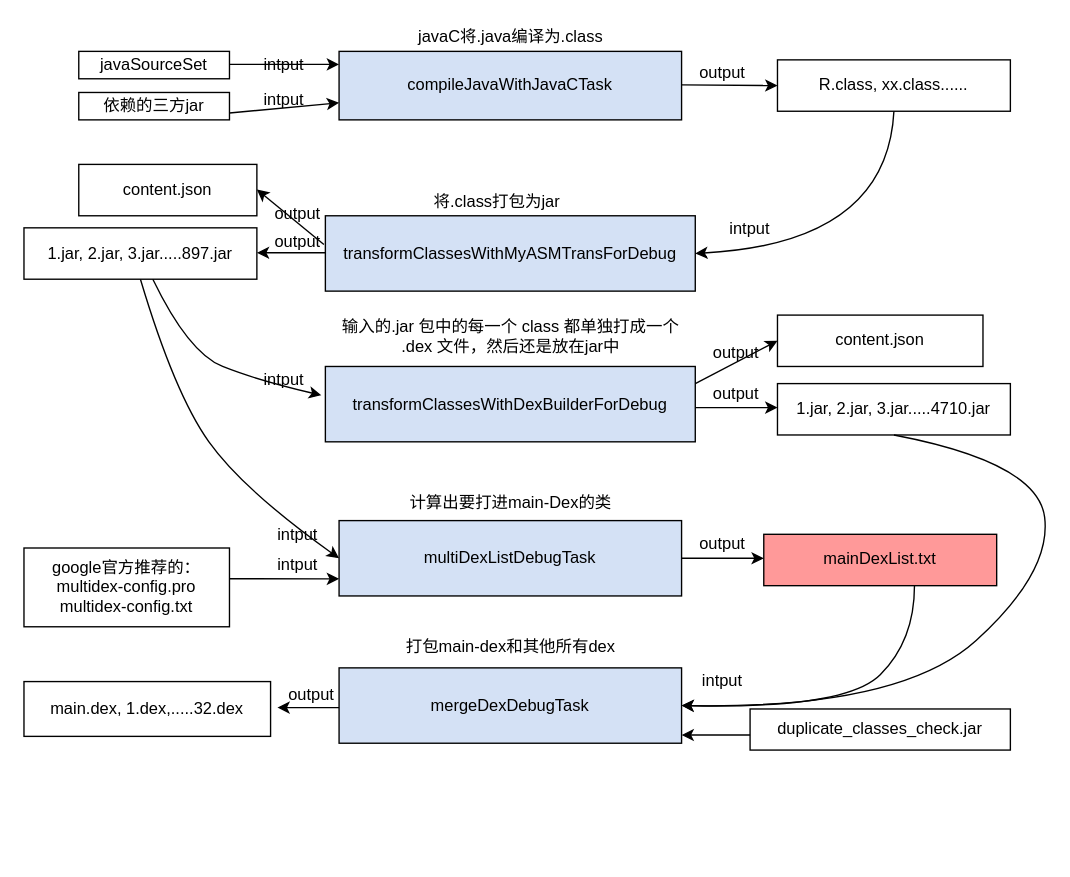
Before: page "Page-5" (5 of 24) of T9.drawio in shinecjj/UML, a draw.io diagram. Source tidied: cells renumbered, new cells numbered last; positions are measured from the earlier drawing's top-left corner, leaving out a move shared by most shapes. Both pictures are drawn from the tidied source at 137%, with x=0, y=0 at pixel (23, 23).
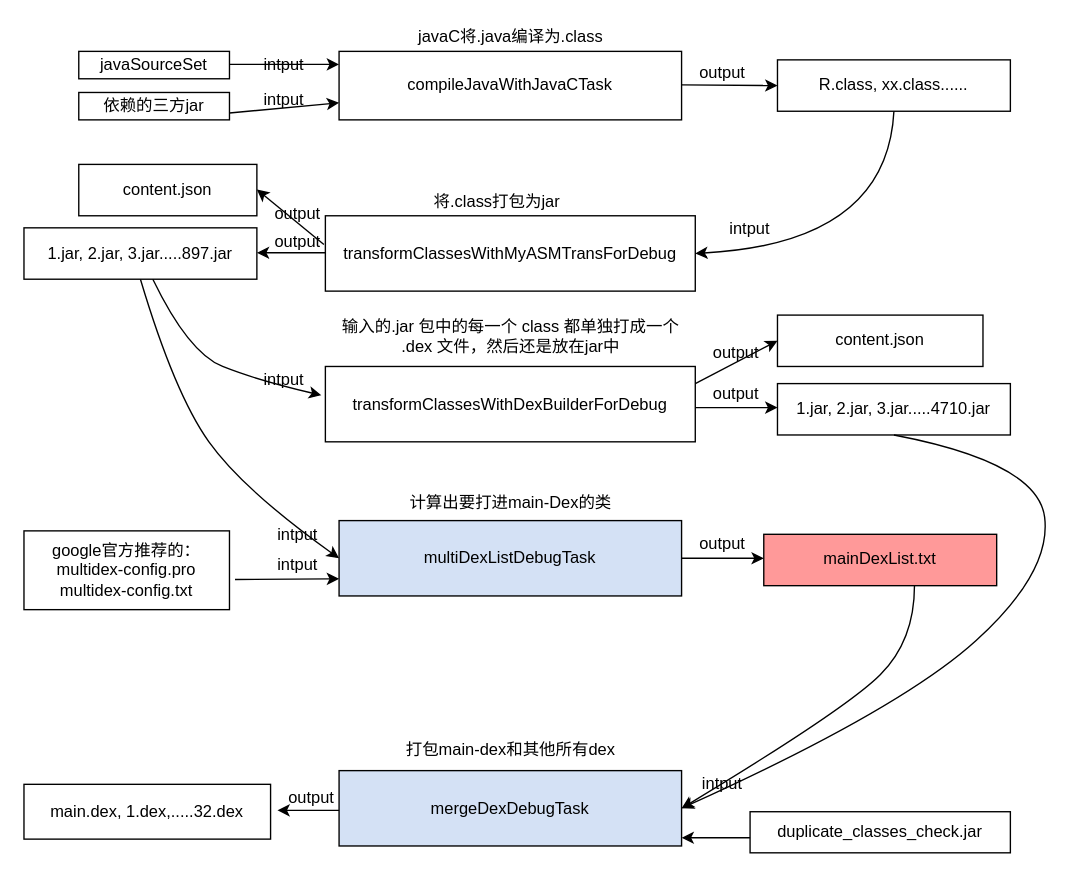
The same diagram, later.

Change to the diagram source:
```diff
@@
-    <mxCell id="3" value="transformClassesWithDexBuilderForDebug" style="rounded=0;whiteSpace=wrap;html=1;strokeColor=#000000;fillColor=#D4E1F5;" parent="1" vertex="1">
+    <mxCell id="3" value="transformClassesWithDexBuilderForDebug" style="rounded=0;whiteSpace=wrap;html=1;strokeColor=#000000;fillColor=none;" parent="1" vertex="1">
       <mxGeometry x="220" y="250" width="270" height="55" as="geometry" />
     </mxCell>
     <mxCell id="4" value="mergeDexDebugTask" style="rounded=0;whiteSpace=wrap;html=1;strokeColor=#000000;fillColor=#D4E1F5;" parent="1" vertex="1">
-      <mxGeometry x="230" y="470" width="250" height="55" as="geometry" />
+      <mxGeometry x="230" y="545" width="250" height="55" as="geometry" />
     </mxCell>
@@
     <mxCell id="14" value="intput" style="text;html=1;strokeColor=none;fillColor=none;align=center;verticalAlign=middle;whiteSpace=wrap;rounded=0;" parent="1" vertex="1">
-      <mxGeometry x="490" y="470" width="40" height="20" as="geometry" />
+      <mxGeometry x="490" y="545" width="40" height="20" as="geometry" />
     </mxCell>
     <mxCell id="15" style="endArrow=classic;html=1;strokeColor=#000000;fillColor=#FFFFFF;" parent="1" edge="1">
       <mxGeometry relative="1" as="geometry">
-        <mxPoint x="230" y="499" as="sourcePoint" />
-        <mxPoint x="185" y="499" as="targetPoint" />
+        <mxPoint x="230" y="574" as="sourcePoint" />
+        <mxPoint x="185" y="574" as="targetPoint" />
       </mxGeometry>
     </mxCell>
     <mxCell id="16" value="output" style="text;html=1;strokeColor=none;fillColor=none;align=center;verticalAlign=middle;whiteSpace=wrap;rounded=0;" parent="1" vertex="1">
-      <mxGeometry x="190" y="480" width="40" height="20" as="geometry" />
+      <mxGeometry x="190" y="555" width="40" height="20" as="geometry" />
     </mxCell>
     <mxCell id="17" value="main.dex, 1.dex,.....32.dex" style="rounded=0;whiteSpace=wrap;html=1;strokeColor=#000000;fillColor=none;" parent="1" vertex="1">
-      <mxGeometry y="480" width="180" height="40" as="geometry" />
+      <mxGeometry y="555" width="180" height="40" as="geometry" />
     </mxCell>
-    <mxCell id="18" value="&lt;pre class=&quot;lang-groovy&quot; translate=&quot;no&quot; dir=&quot;ltr&quot; style=&quot;box-sizing: inherit ; font-style: normal ; font-weight: 400 ; font-size: 14px ; padding-left: 23px ; direction: ltr ; text-align: left ; margin: 0px ; overflow-x: auto ; position: relative ; letter-spacing: normal ; text-indent: 0px ; text-transform: none ; word-spacing: 0px&quot;&gt;&lt;br&gt;&lt;/pre&gt;" style="text;whiteSpace=wrap;html=1;" parent="1" vertex="1">
-      <mxGeometry x="160" y="440" width="220" height="30" as="geometry" />
-    </mxCell>
-    <mxCell id="19" style="endArrow=classic;html=1;strokeColor=#000000;fillColor=#FFFFFF;exitX=1;exitY=0.391;exitDx=0;exitDy=0;exitPerimeter=0;" parent="1" edge="1" source="21">
+    <mxCell id="19" style="endArrow=classic;html=1;strokeColor=#000000;fillColor=#FFFFFF;exitX=1.027;exitY=0.617;exitDx=0;exitDy=0;exitPerimeter=0;" parent="1" edge="1" source="21">
       <mxGeometry relative="1" as="geometry">
         <mxPoint x="230" y="405" as="targetPoint" />
       </mxGeometry>
     </mxCell>
@@
     <mxCell id="21" value="&lt;div&gt;google官方推荐的：&lt;/div&gt;&lt;div&gt;multidex-config.pro&lt;/div&gt;&lt;div&gt;multidex-config.txt&lt;/div&gt;" style="rounded=0;whiteSpace=wrap;html=1;strokeColor=#000000;fillColor=none;" parent="1" vertex="1">
-      <mxGeometry y="382.5" width="150" height="57.5" as="geometry" />
+      <mxGeometry y="370" width="150" height="57.5" as="geometry" />
     </mxCell>
-    <mxCell id="22" value="transformClassesWithMyASMTransForDebug" style="rounded=0;whiteSpace=wrap;html=1;strokeColor=#000000;fillColor=#D4E1F5;" parent="1" vertex="1">
+    <mxCell id="22" value="transformClassesWithMyASMTransForDebug" style="rounded=0;whiteSpace=wrap;html=1;strokeColor=#000000;fillColor=none;" parent="1" vertex="1">
       <mxGeometry x="220" y="140" width="270" height="55" as="geometry" />
     </mxCell>
@@
     <mxCell id="25" value="&lt;span&gt;duplicate_classes_check.jar&lt;/span&gt;" style="rounded=0;whiteSpace=wrap;html=1;strokeColor=#000000;fillColor=none;" parent="1" vertex="1">
-      <mxGeometry x="530" y="500" width="190" height="30" as="geometry" />
+      <mxGeometry x="530" y="575" width="190" height="30" as="geometry" />
     </mxCell>
     <mxCell id="26" style="endArrow=classic;html=1;" parent="1" edge="1">
       <mxGeometry relative="1" as="geometry">
-        <mxPoint x="530" y="519" as="sourcePoint" />
-        <mxPoint x="480" y="519" as="targetPoint" />
+        <mxPoint x="530" y="594" as="sourcePoint" />
+        <mxPoint x="480" y="594" as="targetPoint" />
       </mxGeometry>
     </mxCell>
@@
-    <mxCell id="28" value="compileJavaWithJavaCTask" style="rounded=0;whiteSpace=wrap;html=1;strokeColor=#000000;fillColor=#D4E1F5;" parent="1" vertex="1">
+    <mxCell id="28" value="compileJavaWithJavaCTask" style="rounded=0;whiteSpace=wrap;html=1;strokeColor=#000000;fillColor=none;" parent="1" vertex="1">
       <mxGeometry x="230" y="20" width="250" height="50" as="geometry" />
     </mxCell>
@@
     <mxCell id="46" value="打包main-dex和其他所有dex" style="text;html=1;align=center;verticalAlign=middle;strokeColor=none;" parent="1" vertex="1">
-      <mxGeometry x="270" y="445" width="170" height="20" as="geometry" />
+      <mxGeometry x="270" y="520" width="170" height="20" as="geometry" />
     </mxCell>
```
